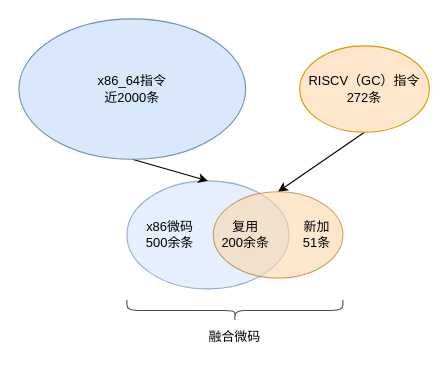
The draw.io diagram image/isa_num.drawio in jensen-yan/yanyue_essay, before the edit. Source tidied: cells renumbered, new cells numbered last; positions are measured from the earlier drawing's top-left corner, leaving out a move shared by most shapes. Both pictures are drawn from the tidied source at 108%, with x=0, y=0 at pixel (18, 18).
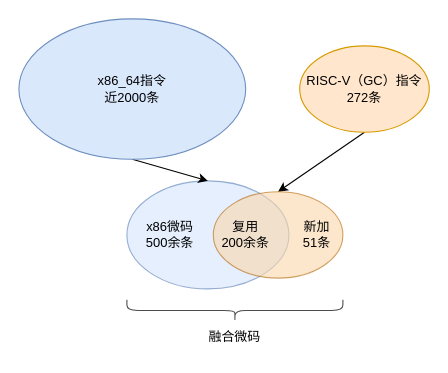
Above is the later version.

Change to the diagram source:
```diff
@@
 <mxGraphModel>
   <root>
     <mxCell id="0" />
     <mxCell id="1" parent="0" />
     <mxCell id="2" style="ellipse;whiteSpace=wrap;html=1;fillColor=#dae8fc;strokeColor=#6c8ebf;opacity=70;" parent="1" vertex="1">
       <mxGeometry x="100" y="150" width="150" height="100" as="geometry" />
     </mxCell>
     <mxCell id="3" style="edgeStyle=none;html=1;exitX=0.5;exitY=1;exitDx=0;exitDy=0;entryX=0.5;entryY=0;entryDx=0;entryDy=0;" parent="1" edge="1" source="4" target="2">
       <mxGeometry relative="1" as="geometry" />
     </mxCell>
     <mxCell id="4" value="x86_64指令&lt;br&gt;近2000条" style="ellipse;whiteSpace=wrap;html=1;fillColor=#dae8fc;strokeColor=#6c8ebf;" parent="1" vertex="1">
       <mxGeometry width="210" height="130" as="geometry" />
     </mxCell>
     <mxCell id="5" style="edgeStyle=none;html=1;exitX=0.5;exitY=1;exitDx=0;exitDy=0;entryX=0.5;entryY=0;entryDx=0;entryDy=0;" parent="1" edge="1" source="6" target="7">
       <mxGeometry relative="1" as="geometry" />
     </mxCell>
-    <mxCell id="6" value="RISCV（GC）指令&lt;br&gt;272条" style="ellipse;whiteSpace=wrap;html=1;fillColor=#ffe6cc;strokeColor=#d79b00;" parent="1" vertex="1">
+    <mxCell id="6" value="RISC-V（GC）指令&lt;br&gt;272条" style="ellipse;whiteSpace=wrap;html=1;fillColor=#ffe6cc;strokeColor=#d79b00;" parent="1" vertex="1">
       <mxGeometry x="260" y="25" width="120" height="80" as="geometry" />
     </mxCell>
     <mxCell id="7" style="ellipse;whiteSpace=wrap;html=1;opacity=60;fillColor=#fad7ac;strokeColor=#b46504;" parent="1" vertex="1">
       <mxGeometry x="180" y="160" width="120" height="80" as="geometry" />
     </mxCell>
     <mxCell id="8" value="新加&lt;br&gt;51条" style="text;html=1;strokeColor=none;fillColor=none;align=center;verticalAlign=middle;whiteSpace=wrap;rounded=0;opacity=2;" parent="1" vertex="1">
       <mxGeometry x="246" y="185" width="60" height="30" as="geometry" />
     </mxCell>
     <mxCell id="9" value="复用&lt;br&gt;200余条" style="text;html=1;strokeColor=none;fillColor=none;align=center;verticalAlign=middle;whiteSpace=wrap;rounded=0;opacity=2;" parent="1" vertex="1">
       <mxGeometry x="180" y="185" width="60" height="30" as="geometry" />
     </mxCell>
     <mxCell id="10" value="x86微码&lt;br&gt;500余条" style="text;html=1;strokeColor=none;fillColor=none;align=center;verticalAlign=middle;whiteSpace=wrap;rounded=0;opacity=2;" parent="1" vertex="1">
       <mxGeometry x="110" y="185" width="60" height="30" as="geometry" />
     </mxCell>
     <mxCell id="11" style="shape=curlyBracket;whiteSpace=wrap;html=1;rounded=1;flipH=1;labelPosition=right;verticalLabelPosition=middle;align=left;verticalAlign=middle;opacity=70;direction=north;" parent="1" vertex="1">
       <mxGeometry x="100" y="260" width="200" height="20" as="geometry" />
     </mxCell>
     <mxCell id="12" value="融合微码" style="text;html=1;strokeColor=none;fillColor=none;align=center;verticalAlign=middle;whiteSpace=wrap;rounded=0;opacity=70;" parent="1" vertex="1">
       <mxGeometry x="170" y="280" width="60" height="30" as="geometry" />
     </mxCell>
   </root>
 </mxGraphModel>
```
